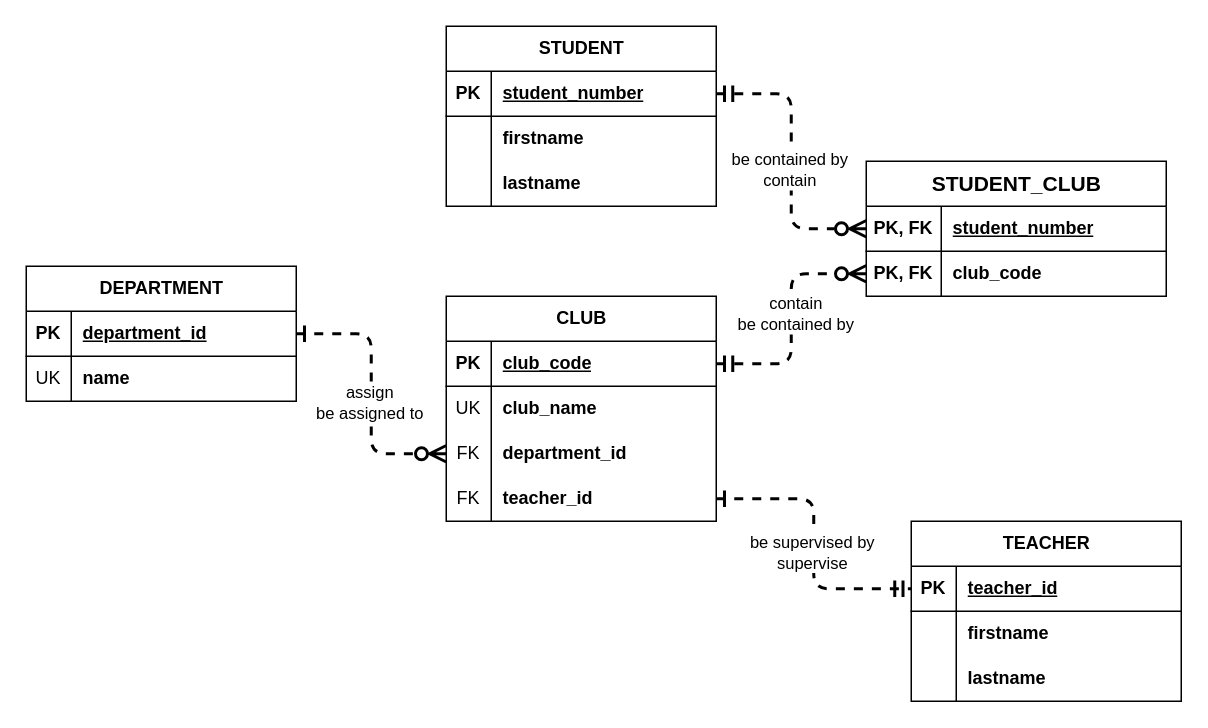
The draw.io diagram page "P0305a" (1 of 2) of relational-database-design/c3/P0305.drawio in qichendev/assignments, before the edit. Source tidied: cells renumbered, new cells numbered last; positions are measured from the earlier drawing's top-left corner, leaving out a move shared by most shapes. Both pictures are drawn from the tidied source at 150%, with x=0, y=0 at pixel (26, 26).
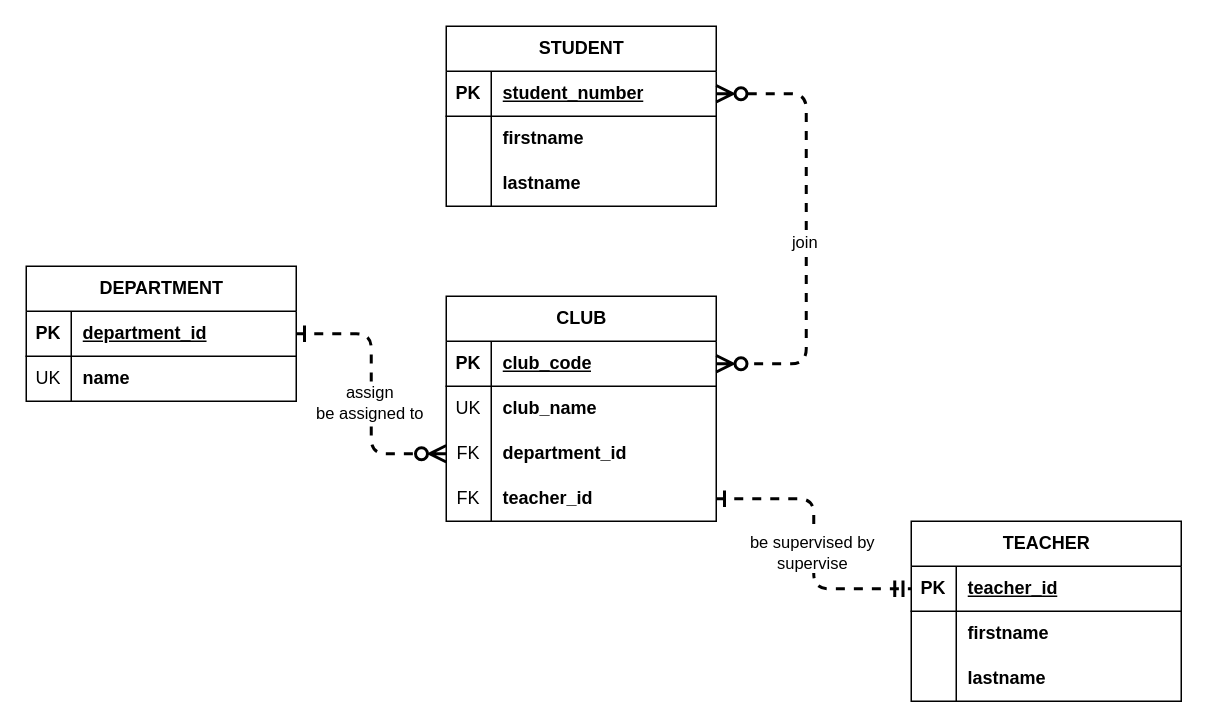
After the change.

Unchanged cells that the change refers to:
```xml
<mxCell id="10" style="shape=tableRow;horizontal=0;startSize=0;swimlaneHead=0;swimlaneBody=0;fillColor=none;points=[[0,0.5],[1,0.5]];portConstraint=eastwest;top=0;left=0;right=0;bottom=1;" parent="9" vertex="1">
  <mxGeometry y="30" width="180" height="30" as="geometry" />
</mxCell>
<mxCell id="33" style="shape=tableRow;horizontal=0;startSize=0;swimlaneHead=0;swimlaneBody=0;fillColor=none;points=[[0,0.5],[1,0.5]];portConstraint=eastwest;top=0;left=0;right=0;bottom=1;" parent="32" vertex="1">
  <mxGeometry y="30" width="180" height="30" as="geometry" />
</mxCell>
```

Change to the diagram source:
```diff
@@
-    <mxCell id="46" style="edgeStyle=elbowEdgeStyle;fontSize=12;html=1;endArrow=ERzeroToMany;startArrow=ERmandOne;rounded=1;endSize=8;startSize=8;strokeWidth=2;dashed=1;jumpStyle=none;curved=0;startFill=0;endFill=0;exitX=1;exitY=0.5;exitDx=0;exitDy=0;entryX=0;entryY=0.5;entryDx=0;entryDy=0;" parent="1" edge="1" source="10" target="52">
-      <mxGeometry relative="1" as="geometry" />
-    </mxCell>
-    <mxCell id="47" value="contain&lt;div&gt;be contained by&lt;/div&gt;" style="edgeLabel;html=1;align=center;verticalAlign=middle;" parent="46" vertex="1">
-      <mxGeometry x="0.05" y="-2" relative="1" as="geometry" />
-    </mxCell>
-    <mxCell id="48" value="&lt;span style=&quot;font-size: 14px;&quot;&gt;&lt;b&gt;STUDENT_CLUB&lt;/b&gt;&lt;/span&gt;" style="shape=table;startSize=30;childLayout=tableLayout;rowLines=0;fontStyle=0;align=center;html=1;" parent="1" vertex="1">
-      <mxGeometry x="560" y="90" width="200" height="90" as="geometry" />
-    </mxCell>
-    <mxCell id="49" style="shape=tableRow;horizontal=0;startSize=0;swimlaneHead=0;swimlaneBody=0;fillColor=none;points=[[0,0.5],[1,0.5]];portConstraint=eastwest;top=0;left=0;right=0;bottom=1;" parent="48" vertex="1">
-      <mxGeometry y="30" width="200" height="30" as="geometry" />
-    </mxCell>
-    <mxCell id="50" value="PK, FK" style="shape=partialRectangle;fillColor=none;top=0;left=0;bottom=0;right=0;fontStyle=1;overflow=hidden;whiteSpace=wrap;html=1;" parent="49" vertex="1">
-      <mxGeometry width="50" height="30" as="geometry" />
-    </mxCell>
-    <mxCell id="51" value="student_number" style="shape=partialRectangle;fillColor=none;top=0;left=0;bottom=0;right=0;align=left;spacingLeft=6;fontStyle=5;overflow=hidden;whiteSpace=wrap;html=1;" parent="49" vertex="1">
-      <mxGeometry x="50" width="150" height="30" as="geometry" />
-    </mxCell>
-    <mxCell id="52" style="shape=tableRow;horizontal=0;startSize=0;swimlaneHead=0;swimlaneBody=0;fillColor=none;points=[[0,0.5],[1,0.5]];portConstraint=eastwest;top=0;left=0;right=0;bottom=0;" parent="48" vertex="1">
-      <mxGeometry y="60" width="200" height="30" as="geometry" />
-    </mxCell>
-    <mxCell id="53" value="PK, FK" style="shape=partialRectangle;fillColor=none;top=0;left=0;bottom=0;right=0;overflow=hidden;whiteSpace=wrap;html=1;fontStyle=1;" parent="52" vertex="1">
-      <mxGeometry width="50" height="30" as="geometry" />
-    </mxCell>
-    <mxCell id="54" value="club_code" style="shape=partialRectangle;fillColor=none;top=0;left=0;bottom=0;right=0;align=left;spacingLeft=6;overflow=hidden;whiteSpace=wrap;html=1;fontStyle=1;" parent="52" vertex="1">
-      <mxGeometry x="50" width="150" height="30" as="geometry" />
-    </mxCell>
-    <mxCell id="55" style="edgeStyle=elbowEdgeStyle;fontSize=12;html=1;endArrow=ERzeroToMany;startArrow=ERmandOne;rounded=1;endSize=8;startSize=8;strokeWidth=2;dashed=1;jumpStyle=none;curved=0;startFill=0;endFill=0;exitX=1;exitY=0.5;exitDx=0;exitDy=0;entryX=0;entryY=0.5;entryDx=0;entryDy=0;" parent="1" edge="1" source="33" target="49">
-      <mxGeometry relative="1" as="geometry" />
-    </mxCell>
-    <mxCell id="56" value="&lt;div&gt;be contained by&lt;/div&gt;&lt;div&gt;contain&lt;/div&gt;" style="edgeLabel;html=1;align=center;verticalAlign=middle;" parent="55" vertex="1">
-      <mxGeometry x="0.05" y="-2" relative="1" as="geometry" />
-    </mxCell>
+    <mxCell id="57" style="edgeStyle=elbowEdgeStyle;fontSize=12;html=1;endArrow=ERzeroToMany;startArrow=ERzeroToMany;rounded=1;endSize=8;startSize=8;strokeWidth=2;dashed=1;jumpStyle=none;curved=0;startFill=0;endFill=0;entryX=1;entryY=0.5;entryDx=0;entryDy=0;exitX=1;exitY=0.5;exitDx=0;exitDy=0;" parent="1" edge="1" source="33" target="10">
+      <mxGeometry relative="1" as="geometry">
+        <Array as="points">
+          <mxPoint x="520" y="135" />
+        </Array>
+      </mxGeometry>
+    </mxCell>
+    <mxCell id="58" value="join" style="edgeLabel;html=1;align=center;verticalAlign=middle;" parent="57" vertex="1">
+      <mxGeometry x="0.05" y="-2" relative="1" as="geometry" />
+    </mxCell>
```
